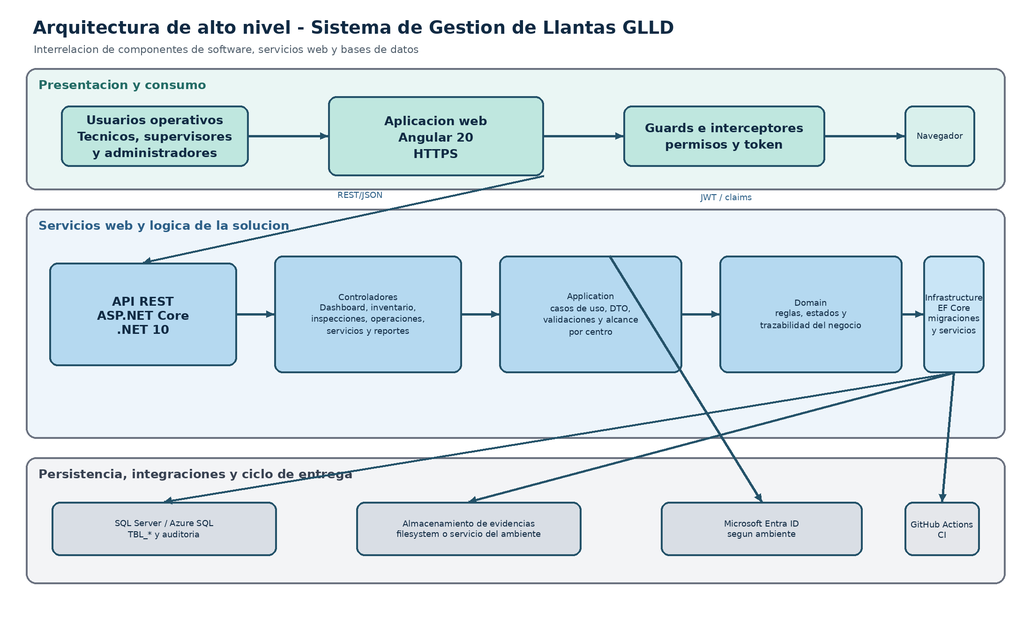
Above: docs/proyecto/diagramas/03-arquitectura-alto-nivel.png in isabeldc13008/Proyecto_llantas (PlantUML), before the change. Its source is kept beside it as docs/proyecto/diagramas/03-arquitectura-alto-nivel.puml. Source of this version:
```plantuml
@startuml
title Arquitectura de alto nivel - Sistema de Gestion de Llantas GLLD
left to right direction
skinparam componentStyle rectangle
skinparam shadowing false
skinparam defaultFontName Arial
skinparam packageStyle rectangle

actor "Usuarios operativos\nTecnicos, supervisores, administradores" as Users
package "Capa de presentacion" as Presentation {
  component "Aplicacion web\nAngular 20" as Angular
  component "Guards e interceptores\npermisos y token" as Guards
}
package "Servicios web" as Web {
  component "API REST\nASP.NET Core .NET 10" as Api
  component "Autenticacion y autorizacion\nJWT / Entra ID segun ambiente" as Auth
  component "Controladores\nDashboard, inventario, inspecciones,\noperaciones, servicios y reportes" as Controllers
  component "Application\ncasos de uso, DTO y validaciones" as Application
  component "Domain\nreglas y estados de negocio" as Domain
  component "Infrastructure\nEF Core, migraciones y servicios" as Infrastructure
}
database "SQL Server / Azure SQL\nTBL_* del sistema" as Sql
component "Almacenamiento de evidencias\nfilesystem o almacenamiento del ambiente" as Evidence
cloud "Microsoft Entra ID\ncuando el ambiente lo requiere" as Entra
component "GitHub Actions\nconstruccion y pruebas" as Ci

Users --> Angular : HTTPS
Angular --> Guards : navega y valida modulo
Angular --> Api : HTTPS / JSON
Api --> Auth : valida identidad y permisos
Auth --> Entra : OpenID Connect / JWT
Api --> Controllers
Controllers --> Application
Application --> Domain
Application --> Infrastructure
Infrastructure --> Sql : EF Core / SQL
Controllers --> Evidence : carga y consulta de archivos
Ci ..> Angular : build y pruebas
Ci ..> Api : build, pruebas y migraciones

note right of Sql
  Inventario, llantas, vehiculos,
  inspecciones, alertas, movimientos,
  programacion, servicios, seguridad
  y auditoria.
end note
@enduml
```
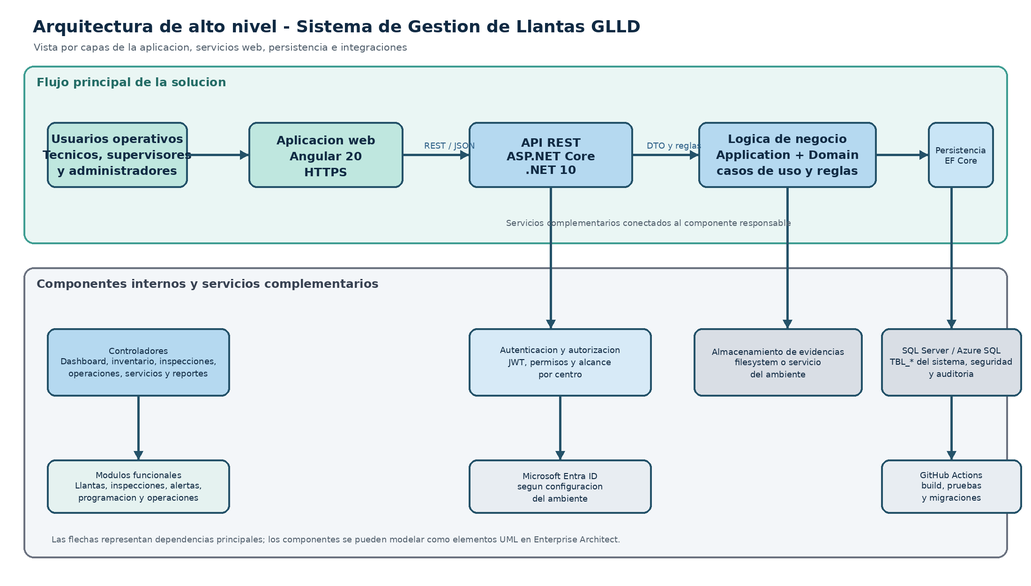
Later version of the same file.

Commit message:
docs: limpiar diagrama de arquitectura de alto nivel

What changed in the source:
```diff
@@ -7,36 +7,31 @@
 skinparam packageStyle rectangle
 
 actor "Usuarios operativos\nTecnicos, supervisores, administradores" as Users
-package "Capa de presentacion" as Presentation {
-  component "Aplicacion web\nAngular 20" as Angular
-  component "Guards e interceptores\npermisos y token" as Guards
-}
-package "Servicios web" as Web {
-  component "API REST\nASP.NET Core .NET 10" as Api
-  component "Autenticacion y autorizacion\nJWT / Entra ID segun ambiente" as Auth
-  component "Controladores\nDashboard, inventario, inspecciones,\noperaciones, servicios y reportes" as Controllers
-  component "Application\ncasos de uso, DTO y validaciones" as Application
-  component "Domain\nreglas y estados de negocio" as Domain
-  component "Infrastructure\nEF Core, migraciones y servicios" as Infrastructure
-}
-database "SQL Server / Azure SQL\nTBL_* del sistema" as Sql
-component "Almacenamiento de evidencias\nfilesystem o almacenamiento del ambiente" as Evidence
-cloud "Microsoft Entra ID\ncuando el ambiente lo requiere" as Entra
-component "GitHub Actions\nconstruccion y pruebas" as Ci
+component "Aplicacion web\nAngular 20\nHTTPS" as Angular
+component "API REST\nASP.NET Core .NET 10" as Api
+component "Logica de negocio\nApplication + Domain\ncasos de uso y reglas" as Business
+component "Persistencia\nEF Core y migraciones" as Persistence
+component "Controladores\nDashboard, inventario, inspecciones,\noperaciones, servicios y reportes" as Controllers
+component "Autenticacion y autorizacion\nJWT, permisos y alcance por centro" as Auth
+component "Almacenamiento de evidencias\nfilesystem o servicio del ambiente" as Evidence
+database "SQL Server / Azure SQL\nTBL_* del sistema, seguridad y auditoria" as Sql
+cloud "Microsoft Entra ID\nsegun configuracion del ambiente" as Entra
+component "Modulos funcionales\nllantas, inspecciones, alertas,\nprogramacion y operaciones" as Modules
+component "GitHub Actions\nbuild, pruebas y migraciones" as Ci
 
 Users --> Angular : HTTPS
-Angular --> Guards : navega y valida modulo
-Angular --> Api : HTTPS / JSON
-Api --> Auth : valida identidad y permisos
+Angular --> Api : REST / JSON
+Api --> Business : DTO y reglas
+Business --> Persistence : consultas y comandos
+Persistence --> Sql : SQL
+Api --> Auth : identidad y permisos
 Auth --> Entra : OpenID Connect / JWT
-Api --> Controllers
-Controllers --> Application
-Application --> Domain
-Application --> Infrastructure
-Infrastructure --> Sql : EF Core / SQL
-Controllers --> Evidence : carga y consulta de archivos
+Api --> Controllers : endpoints
+Controllers --> Modules : casos funcionales
+Business --> Evidence : archivos de inspeccion
 Ci ..> Angular : build y pruebas
-Ci ..> Api : build, pruebas y migraciones
+Ci ..> Api : build y pruebas
+Ci ..> Sql : migraciones
 
 note right of Sql
   Inventario, llantas, vehiculos,
```
